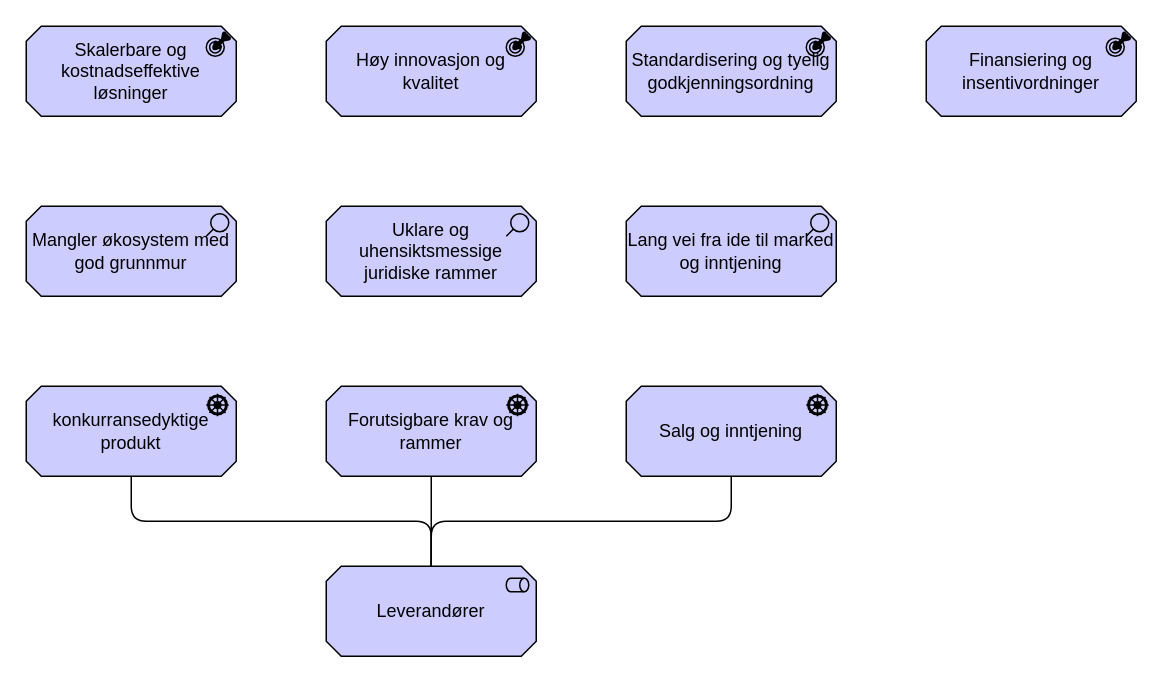
Above: page "markedet-concern" (4 of 5) of docs/interessent/motivasjon-interessent.drawio in hdir/Digital-Forstelinje (draw.io), before the change. Source tidied: cells renumbered, new cells numbered last; positions are measured from the earlier drawing's top-left corner, leaving out a move shared by most shapes. Both pictures are drawn from the tidied source at 150%, with x=0, y=0 at pixel (26, 26).
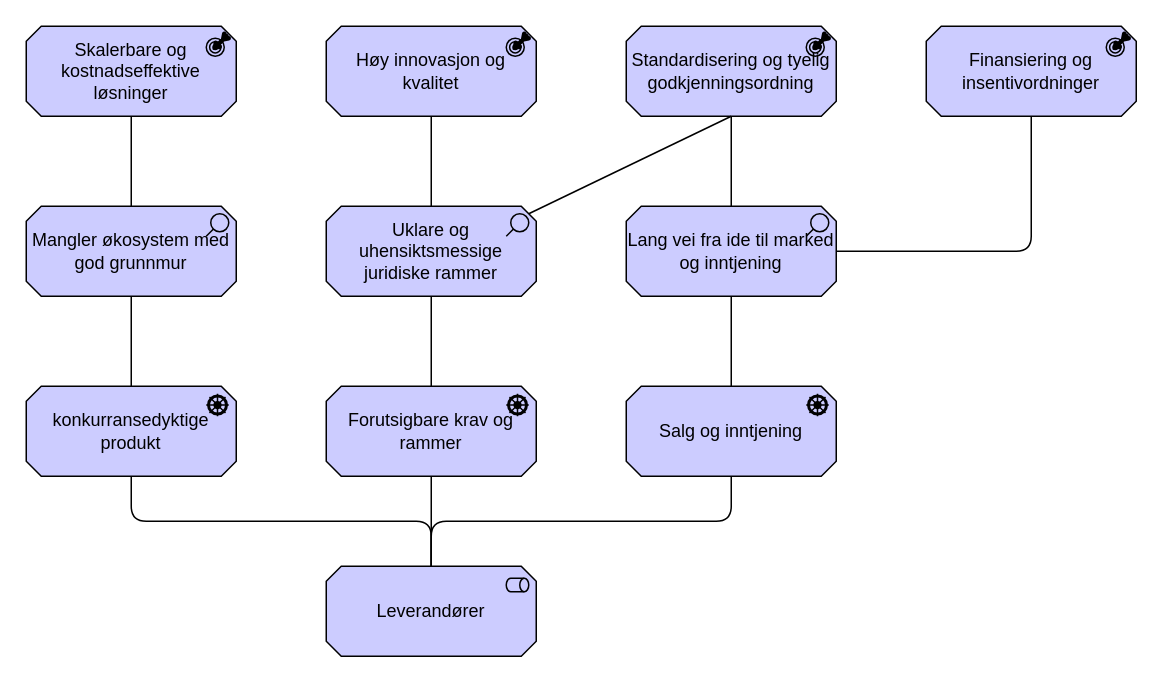
The same page after the edit.

The change refers to these unchanged cells:
```xml
<mxCell id="3" value="Lang vei fra ide til marked og inntjening" style="html=1;outlineConnect=0;whiteSpace=wrap;fillColor=#CCCCFF;shape=mxgraph.archimate3.application;appType=assess;archiType=oct;" parent="1" vertex="1">
  <mxGeometry x="400" y="120" width="140" height="60" as="geometry" />
</mxCell>
<mxCell id="5" value="Høy innovasjon og kvalitet" style="html=1;outlineConnect=0;whiteSpace=wrap;fillColor=#CCCCFF;shape=mxgraph.archimate3.application;appType=outcome;archiType=oct;" parent="1" vertex="1">
  <mxGeometry x="200" width="140" height="60" as="geometry" />
</mxCell>
<mxCell id="8" value="Mangler økosystem med god grunnmur" style="html=1;outlineConnect=0;whiteSpace=wrap;fillColor=#CCCCFF;shape=mxgraph.archimate3.application;appType=assess;archiType=oct;" parent="1" vertex="1">
  <mxGeometry y="120" width="140" height="60" as="geometry" />
</mxCell>
<mxCell id="9" value="Uklare og uhensiktsmessige juridiske rammer" style="html=1;outlineConnect=0;whiteSpace=wrap;fillColor=#CCCCFF;shape=mxgraph.archimate3.application;appType=assess;archiType=oct;" parent="1" vertex="1">
  <mxGeometry x="200" y="120" width="140" height="60" as="geometry" />
</mxCell>
<mxCell id="10" value="Standardisering og tyelig godkjenningsordning" style="html=1;outlineConnect=0;whiteSpace=wrap;fillColor=#CCCCFF;shape=mxgraph.archimate3.application;appType=outcome;archiType=oct;" parent="1" vertex="1">
  <mxGeometry x="400" width="140" height="60" as="geometry" />
</mxCell>
<mxCell id="11" value="Forutsigbare krav og rammer" style="html=1;outlineConnect=0;whiteSpace=wrap;fillColor=#CCCCFF;shape=mxgraph.archimate3.application;appType=driver;archiType=oct;" parent="1" vertex="1">
  <mxGeometry x="200" y="240" width="140" height="60" as="geometry" />
</mxCell>
<mxCell id="12" value="Finansiering og insentivordninger" style="html=1;outlineConnect=0;whiteSpace=wrap;fillColor=#CCCCFF;shape=mxgraph.archimate3.application;appType=outcome;archiType=oct;" parent="1" vertex="1">
  <mxGeometry x="600" width="140" height="60" as="geometry" />
</mxCell>
<mxCell id="13" value="Salg og inntjening" style="html=1;outlineConnect=0;whiteSpace=wrap;fillColor=#CCCCFF;shape=mxgraph.archimate3.application;appType=driver;archiType=oct;" parent="1" vertex="1">
  <mxGeometry x="400" y="240" width="140" height="60" as="geometry" />
</mxCell>
<mxCell id="14" value="konkurransedyktige produkt" style="html=1;outlineConnect=0;whiteSpace=wrap;fillColor=#CCCCFF;shape=mxgraph.archimate3.application;appType=driver;archiType=oct;" parent="1" vertex="1">
  <mxGeometry y="240" width="140" height="60" as="geometry" />
</mxCell>
<mxCell id="15" value="Skalerbare og kostnadseffektive løsninger" style="html=1;outlineConnect=0;whiteSpace=wrap;fillColor=#CCCCFF;shape=mxgraph.archimate3.application;appType=outcome;archiType=oct;" parent="1" vertex="1">
  <mxGeometry width="140" height="60" as="geometry" />
</mxCell>
```

Change to the diagram source:
```diff
@@
+    <mxCell id="16" style="html=1;endArrow=none;elbow=vertical;exitX=0.5;exitY=1;exitDx=0;exitDy=0;exitPerimeter=0;entryX=0.5;entryY=0;entryDx=0;entryDy=0;entryPerimeter=0;" parent="1" edge="1" source="3" target="13">
+      <mxGeometry relative="1" as="geometry" />
+    </mxCell>
+    <mxCell id="17" style="html=1;endArrow=none;elbow=vertical;exitX=0.5;exitY=1;exitDx=0;exitDy=0;exitPerimeter=0;entryX=0.5;entryY=0;entryDx=0;entryDy=0;entryPerimeter=0;" parent="1" edge="1" source="10" target="3">
+      <mxGeometry relative="1" as="geometry" />
+    </mxCell>
+    <mxCell id="18" style="html=1;endArrow=none;elbow=vertical;exitX=0.5;exitY=1;exitDx=0;exitDy=0;exitPerimeter=0;entryX=1;entryY=0;entryDx=-5;entryDy=5;entryPerimeter=0;" parent="1" edge="1" source="10" target="9">
+      <mxGeometry relative="1" as="geometry" />
+    </mxCell>
+    <mxCell id="19" style="edgeStyle=elbowEdgeStyle;html=1;endArrow=none;elbow=vertical;exitX=0.5;exitY=1;exitDx=0;exitDy=0;exitPerimeter=0;entryX=1;entryY=0.5;entryDx=0;entryDy=0;entryPerimeter=0;" parent="1" edge="1" source="12" target="3">
+      <mxGeometry relative="1" as="geometry">
+        <Array as="points">
+          <mxPoint x="610" y="150" />
+        </Array>
+      </mxGeometry>
+    </mxCell>
+    <mxCell id="20" style="html=1;endArrow=none;elbow=vertical;exitX=0.5;exitY=1;exitDx=0;exitDy=0;exitPerimeter=0;entryX=0.5;entryY=0;entryDx=0;entryDy=0;entryPerimeter=0;" parent="1" edge="1" source="9" target="11">
+      <mxGeometry relative="1" as="geometry" />
+    </mxCell>
+    <mxCell id="21" style="html=1;endArrow=none;elbow=vertical;entryX=0.5;entryY=0;entryDx=0;entryDy=0;entryPerimeter=0;exitX=0.5;exitY=1;exitDx=0;exitDy=0;exitPerimeter=0;" parent="1" edge="1" source="5" target="9">
+      <mxGeometry relative="1" as="geometry" />
+    </mxCell>
+    <mxCell id="22" style="html=1;endArrow=none;elbow=vertical;exitX=0.5;exitY=1;exitDx=0;exitDy=0;exitPerimeter=0;entryX=0.5;entryY=0;entryDx=0;entryDy=0;entryPerimeter=0;" parent="1" edge="1" source="8" target="14">
+      <mxGeometry relative="1" as="geometry" />
+    </mxCell>
+    <mxCell id="23" style="html=1;endArrow=none;elbow=vertical;exitX=0.5;exitY=0;exitDx=0;exitDy=0;exitPerimeter=0;entryX=0.5;entryY=1;entryDx=0;entryDy=0;entryPerimeter=0;" parent="1" edge="1" source="8" target="15">
+      <mxGeometry relative="1" as="geometry" />
+    </mxCell>
```
